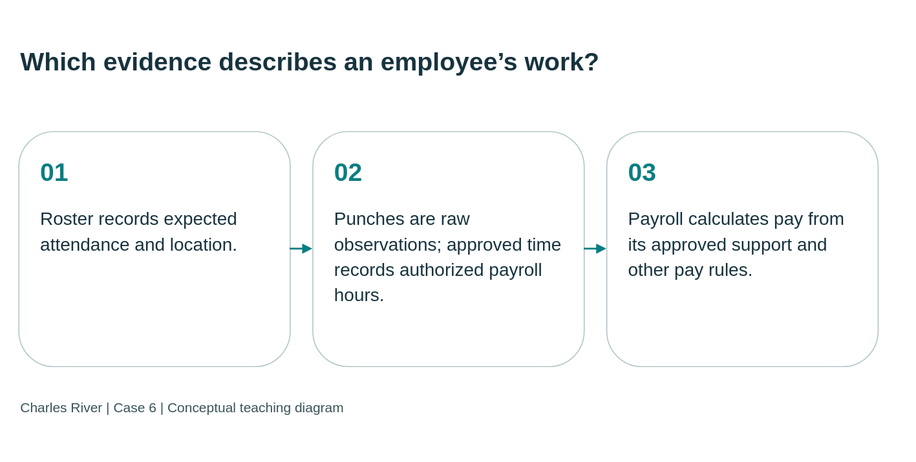
Above: static/diagrams/cases/case06-attendance.svg in mmcodesso/CharlesRiver_Database (draw.io), before the change. Source tidied: cells renumbered, new cells last; positions are measured from the earlier drawing's top-left corner, leaving out a move shared by most shapes. Its diagram source:
```xml
<mxGraphModel background="#f5f5ee">
  <root>
    <mxCell id="0" />
    <mxCell id="1" parent="0" />
    <mxCell id="2" value="Which evidence describes an employee’s work?" style="text;html=0;strokeColor=none;fillColor=none;align=left;verticalAlign=middle;whiteSpace=wrap;fontSize=28;fontStyle=1;fontColor=#17333e;fontFamily=Arial;" parent="1" vertex="1">
      <mxGeometry width="950" height="95" as="geometry" />
    </mxCell>
    <mxCell id="3" value="&lt;div style=&quot;font-size:28px;color:#087e83;font-weight:bold;margin-bottom:20px&quot;&gt;01&lt;/div&gt;&lt;div style=&quot;font-size:20px;line-height:1.4&quot;&gt;Roster records expected attendance and location.&lt;/div&gt;" style="rounded=1;whiteSpace=wrap;html=1;fillColor=#ffffff;strokeColor=#a8bfc1;fontColor=#17333e;align=left;verticalAlign=top;spacing=24;fontFamily=Arial;fontSize=20;" parent="1" vertex="1">
      <mxGeometry y="125" width="300" height="260" as="geometry" />
    </mxCell>
    <mxCell id="4" value="&lt;div style=&quot;font-size:28px;color:#087e83;font-weight:bold;margin-bottom:20px&quot;&gt;02&lt;/div&gt;&lt;div style=&quot;font-size:20px;line-height:1.4&quot;&gt;Punches are raw observations; approved time records authorized payroll hours.&lt;/div&gt;" style="rounded=1;whiteSpace=wrap;html=1;fillColor=#ffffff;strokeColor=#a8bfc1;fontColor=#17333e;align=left;verticalAlign=top;spacing=24;fontFamily=Arial;fontSize=20;" parent="1" vertex="1">
      <mxGeometry x="325" y="125" width="300" height="260" as="geometry" />
    </mxCell>
    <mxCell id="5" value="&lt;div style=&quot;font-size:28px;color:#087e83;font-weight:bold;margin-bottom:20px&quot;&gt;03&lt;/div&gt;&lt;div style=&quot;font-size:20px;line-height:1.4&quot;&gt;Payroll calculates pay from its approved support and other pay rules.&lt;/div&gt;" style="rounded=1;whiteSpace=wrap;html=1;fillColor=#ffffff;strokeColor=#a8bfc1;fontColor=#17333e;align=left;verticalAlign=top;spacing=24;fontFamily=Arial;fontSize=20;" parent="1" vertex="1">
      <mxGeometry x="650" y="125" width="300" height="260" as="geometry" />
    </mxCell>
    <mxCell id="6" style="edgeStyle=orthogonalEdgeStyle;rounded=0;html=1;endArrow=block;endFill=1;strokeColor=#087e83;strokeWidth=2;" parent="1" edge="1" source="3" target="4">
      <mxGeometry relative="1" as="geometry" />
    </mxCell>
    <mxCell id="7" style="edgeStyle=orthogonalEdgeStyle;rounded=0;html=1;endArrow=block;endFill=1;strokeColor=#087e83;strokeWidth=2;" parent="1" edge="1" source="4" target="5">
      <mxGeometry relative="1" as="geometry" />
    </mxCell>
    <mxCell id="8" value="Charles River | Case 6 | Conceptual teaching diagram" style="text;html=0;strokeColor=none;fillColor=none;align=left;fontSize=15;fontColor=#38535b;fontFamily=Arial;" parent="1" vertex="1">
      <mxGeometry y="415" width="950" height="35" as="geometry" />
    </mxCell>
  </root>
</mxGraphModel>
```
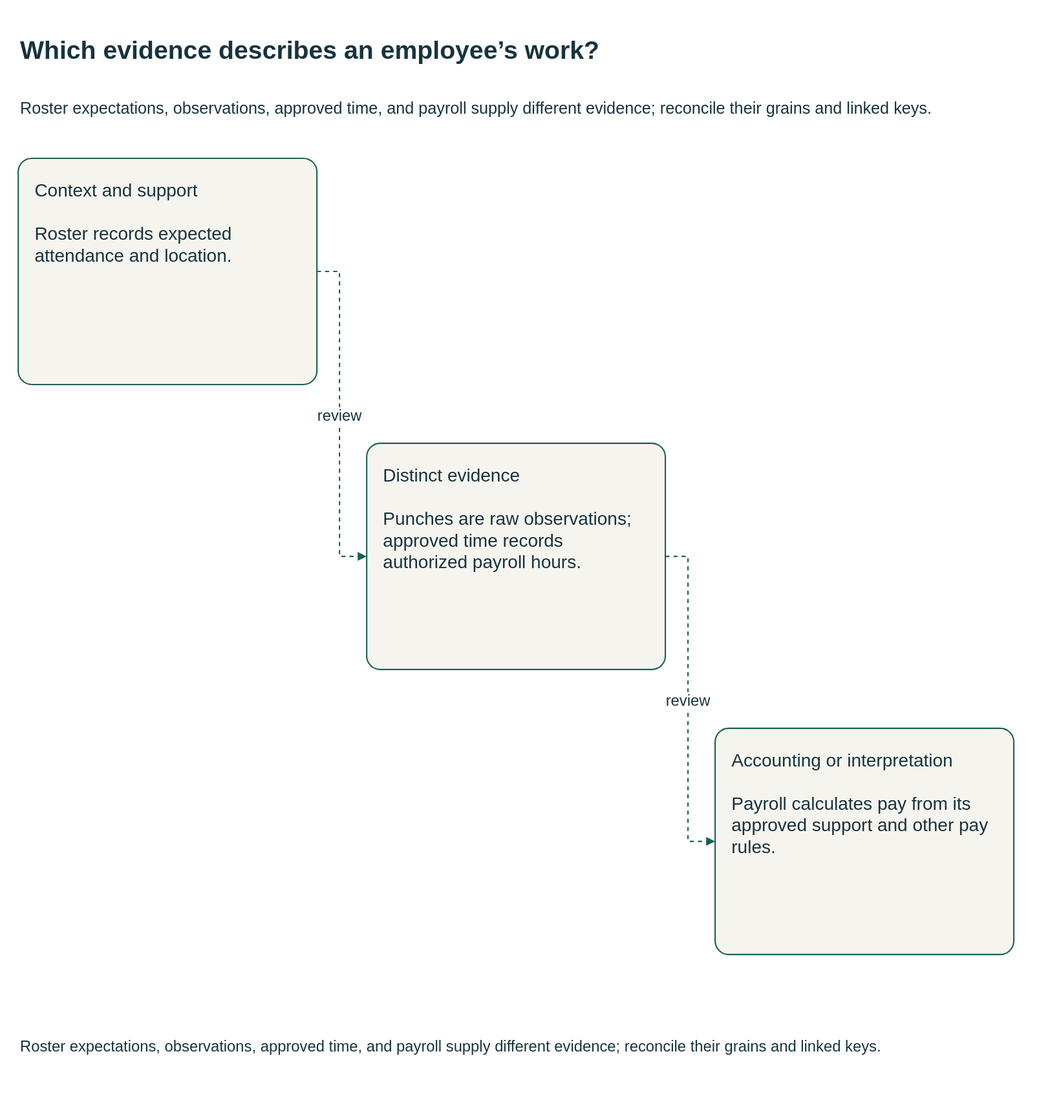
Later version of the same file.

Change to the diagram source:
```diff
@@ -1,27 +1,40 @@
-<mxGraphModel background="#f5f5ee">
+<mxGraphModel background="#FFFFFF">
   <root>
     <mxCell id="0" />
     <mxCell id="1" parent="0" />
-    <mxCell id="2" value="Which evidence describes an employee’s work?" style="text;html=0;strokeColor=none;fillColor=none;align=left;verticalAlign=middle;whiteSpace=wrap;fontSize=28;fontStyle=1;fontColor=#17333e;fontFamily=Arial;" parent="1" vertex="1">
-      <mxGeometry width="950" height="95" as="geometry" />
+    <mxCell id="2" value="Which evidence describes an employee’s work?" style="html=0;fontFamily=Arial;fontSize=20;fontColor=#17333e;strokeColor=#196252;strokeWidth=1.5;whiteSpace=wrap;text;strokeColor=none;fillColor=none;align=left;verticalAlign=middle;fontSize=28;fontStyle=1;" parent="1" vertex="1">
+      <mxGeometry y="-10" width="1110" height="70" as="geometry" />
     </mxCell>
+    <mxCell id="9" value="Roster expectations, observations, approved time, and payroll supply different evidence; reconcile their grains and linked keys." style="html=0;fontFamily=Arial;fontSize=20;fontColor=#17333e;strokeColor=#196252;strokeWidth=1.5;whiteSpace=wrap;text;strokeColor=none;fillColor=none;align=left;verticalAlign=middle;fontSize=18;fontStyle=0;" parent="1" vertex="1">
+      <mxGeometry y="62" width="1110" height="55" as="geometry" />
+    </mxCell>
-    <mxCell id="3" value="&lt;div style=&quot;font-size:28px;color:#087e83;font-weight:bold;margin-bottom:20px&quot;&gt;01&lt;/div&gt;&lt;div style=&quot;font-size:20px;line-height:1.4&quot;&gt;Roster records expected attendance and location.&lt;/div&gt;" style="rounded=1;whiteSpace=wrap;html=1;fillColor=#ffffff;strokeColor=#a8bfc1;fontColor=#17333e;align=left;verticalAlign=top;spacing=24;fontFamily=Arial;fontSize=20;" parent="1" vertex="1">
-      <mxGeometry y="125" width="300" height="260" as="geometry" />
+    <mxCell id="3" value="Context and support&#10;&#10;Roster records expected attendance and location." style="html=0;fontFamily=Arial;fontSize=20;fontColor=#17333e;strokeColor=#196252;strokeWidth=1.5;whiteSpace=wrap;rounded=1;arcSize=6;fillColor=#f6f4ee;align=left;verticalAlign=top;spacing=18;" parent="1" vertex="1">
+      <mxGeometry y="145" width="330" height="250" as="geometry" />
     </mxCell>
-    <mxCell id="4" value="&lt;div style=&quot;font-size:28px;color:#087e83;font-weight:bold;margin-bottom:20px&quot;&gt;02&lt;/div&gt;&lt;div style=&quot;font-size:20px;line-height:1.4&quot;&gt;Punches are raw observations; approved time records authorized payroll hours.&lt;/div&gt;" style="rounded=1;whiteSpace=wrap;html=1;fillColor=#ffffff;strokeColor=#a8bfc1;fontColor=#17333e;align=left;verticalAlign=top;spacing=24;fontFamily=Arial;fontSize=20;" parent="1" vertex="1">
-      <mxGeometry x="325" y="125" width="300" height="260" as="geometry" />
+    <mxCell id="4" value="Distinct evidence&#10;&#10;Punches are raw observations; approved time records authorized payroll hours." style="html=0;fontFamily=Arial;fontSize=20;fontColor=#17333e;strokeColor=#196252;strokeWidth=1.5;whiteSpace=wrap;rounded=1;arcSize=6;fillColor=#f6f4ee;align=left;verticalAlign=top;spacing=18;" parent="1" vertex="1">
+      <mxGeometry x="385" y="460" width="330" height="250" as="geometry" />
     </mxCell>
-    <mxCell id="5" value="&lt;div style=&quot;font-size:28px;color:#087e83;font-weight:bold;margin-bottom:20px&quot;&gt;03&lt;/div&gt;&lt;div style=&quot;font-size:20px;line-height:1.4&quot;&gt;Payroll calculates pay from its approved support and other pay rules.&lt;/div&gt;" style="rounded=1;whiteSpace=wrap;html=1;fillColor=#ffffff;strokeColor=#a8bfc1;fontColor=#17333e;align=left;verticalAlign=top;spacing=24;fontFamily=Arial;fontSize=20;" parent="1" vertex="1">
-      <mxGeometry x="650" y="125" width="300" height="260" as="geometry" />
+    <mxCell id="5" value="Accounting or interpretation&#10;&#10;Payroll calculates pay from its approved support and other pay rules." style="html=0;fontFamily=Arial;fontSize=20;fontColor=#17333e;strokeColor=#196252;strokeWidth=1.5;whiteSpace=wrap;rounded=1;arcSize=6;fillColor=#f6f4ee;align=left;verticalAlign=top;spacing=18;" parent="1" vertex="1">
+      <mxGeometry x="770" y="775" width="330" height="250" as="geometry" />
     </mxCell>
-    <mxCell id="6" style="edgeStyle=orthogonalEdgeStyle;rounded=0;html=1;endArrow=block;endFill=1;strokeColor=#087e83;strokeWidth=2;" parent="1" edge="1" source="3" target="4">
-      <mxGeometry relative="1" as="geometry" />
+    <mxCell id="6" value="review" style="html=0;fontFamily=Arial;fontSize=20;fontColor=#17333e;strokeColor=#196252;strokeWidth=1.5;whiteSpace=wrap;edgeStyle=orthogonalEdgeStyle;rounded=0;fillColor=none;fontSize=17;labelBackgroundColor=#FFFFFF;startArrow=none;endArrow=block;endFill=1;dashed=1;exitX=1;exitY=0.5;entryX=0;entryY=0.5;" parent="1" edge="1" source="3" target="4">
+      <mxGeometry relative="1" as="geometry">
+        <Array as="points">
+          <mxPoint x="355" y="270" />
+          <mxPoint x="355" y="585" />
+        </Array>
+      </mxGeometry>
     </mxCell>
-    <mxCell id="7" style="edgeStyle=orthogonalEdgeStyle;rounded=0;html=1;endArrow=block;endFill=1;strokeColor=#087e83;strokeWidth=2;" parent="1" edge="1" source="4" target="5">
-      <mxGeometry relative="1" as="geometry" />
+    <mxCell id="7" value="review" style="html=0;fontFamily=Arial;fontSize=20;fontColor=#17333e;strokeColor=#196252;strokeWidth=1.5;whiteSpace=wrap;edgeStyle=orthogonalEdgeStyle;rounded=0;fillColor=none;fontSize=17;labelBackgroundColor=#FFFFFF;startArrow=none;endArrow=block;endFill=1;dashed=1;exitX=1;exitY=0.5;entryX=0;entryY=0.5;" parent="1" edge="1" source="4" target="5">
+      <mxGeometry relative="1" as="geometry">
+        <Array as="points">
+          <mxPoint x="740" y="585" />
+          <mxPoint x="740" y="900" />
+        </Array>
+      </mxGeometry>
     </mxCell>
-    <mxCell id="8" value="Charles River | Case 6 | Conceptual teaching diagram" style="text;html=0;strokeColor=none;fillColor=none;align=left;fontSize=15;fontColor=#38535b;fontFamily=Arial;" parent="1" vertex="1">
-      <mxGeometry y="415" width="950" height="35" as="geometry" />
+    <mxCell id="8" value="Roster expectations, observations, approved time, and payroll supply different evidence; reconcile their grains and linked keys." style="html=0;fontFamily=Arial;fontSize=20;fontColor=#17333e;strokeColor=#196252;strokeWidth=1.5;whiteSpace=wrap;text;strokeColor=none;fillColor=none;align=left;verticalAlign=middle;fontSize=17;fontStyle=0;" parent="1" vertex="1">
+      <mxGeometry y="1097" width="1110" height="60" as="geometry" />
     </mxCell>
   </root>
 </mxGraphModel>
```
